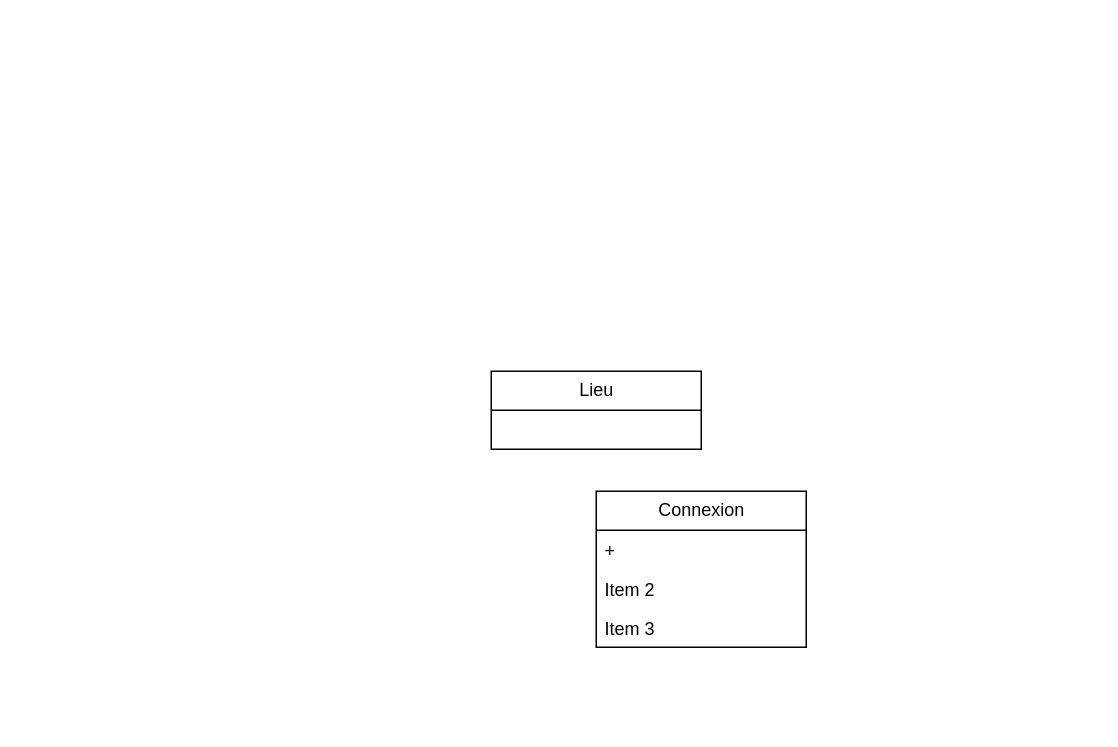
Above: rapport/uml.drawio in Nelioo7/GPS3000 (draw.io), before the change. Source tidied: cells renumbered, new cells numbered last; positions are measured from the earlier drawing's top-left corner, leaving out a move shared by most shapes. Both pictures are drawn from the tidied source at 150%, with x=0, y=0 at pixel (490, 370).
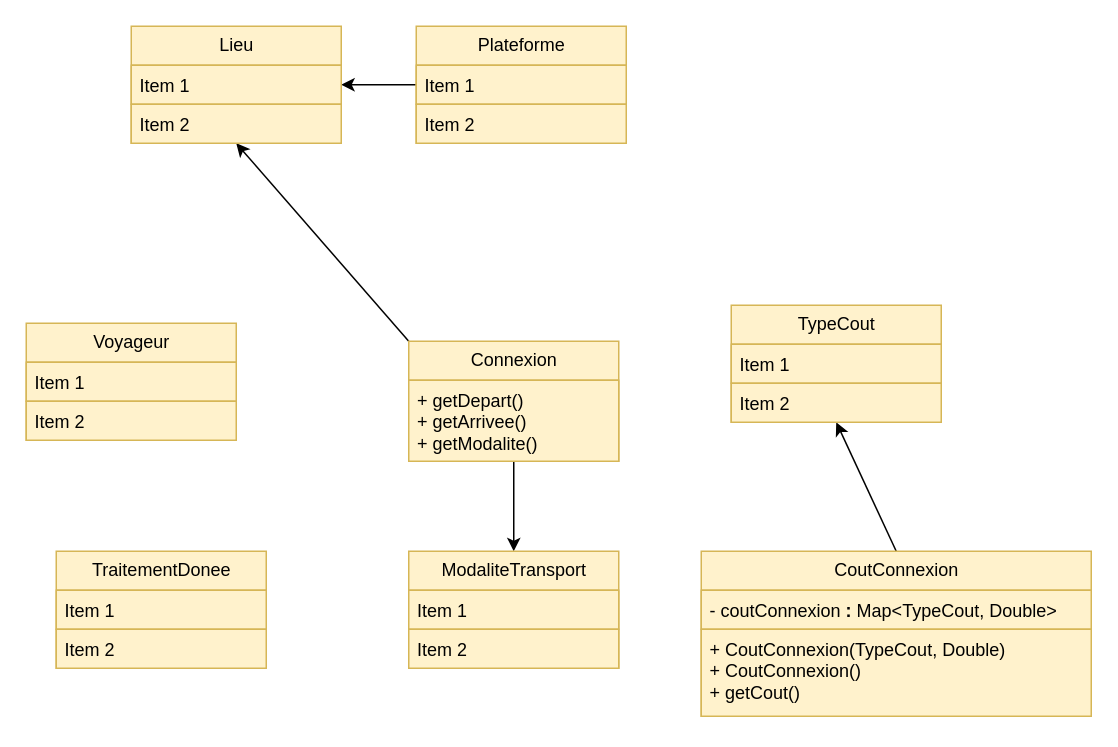
Above is the later version.

Commit message:
uml-modif

Change to the diagram source:
```diff
@@
+    <mxCell id="7" style="edgeStyle=none;html=1;exitX=0;exitY=0;exitDx=0;exitDy=0;entryX=0.5;entryY=1;entryDx=0;entryDy=0;" parent="1" edge="1" source="3" target="2">
+      <mxGeometry relative="1" as="geometry" />
+    </mxCell>
+    <mxCell id="8" style="edgeStyle=none;html=1;exitX=0.5;exitY=1;exitDx=0;exitDy=0;entryX=0.5;entryY=0;entryDx=0;entryDy=0;" parent="1" edge="1" source="3" target="19">
+      <mxGeometry relative="1" as="geometry" />
+    </mxCell>
+    <mxCell id="3" value="Connexion" style="swimlane;fontStyle=0;horizontal=1;startSize=26;fillColor=#fff2cc;html=1;rounded=0;arcSize=7;strokeColor=#d6b656;" parent="1" vertex="1">
+      <mxGeometry x="-55" y="-20" width="140" height="80" as="geometry" />
+    </mxCell>
+    <mxCell id="5" value="&lt;span&gt;&lt;font style=&quot;color: rgb(0, 0, 0);&quot;&gt;+ getDepart()&lt;/font&gt;&lt;/span&gt;&lt;div style=&quot;scrollbar-color: rgb(226, 226, 226) rgb(251, 251, 251); color: rgb(63, 63, 63);&quot;&gt;&lt;font style=&quot;color: rgb(0, 0, 0);&quot;&gt;+ getArrivee()&lt;/font&gt;&lt;/div&gt;&lt;div style=&quot;scrollbar-color: rgb(226, 226, 226) rgb(251, 251, 251); color: rgb(63, 63, 63);&quot;&gt;&lt;font style=&quot;color: rgb(0, 0, 0);&quot;&gt;+ getModalite()&lt;/font&gt;&lt;/div&gt;" style="text;strokeColor=#d6b656;fillColor=#fff2cc;align=left;verticalAlign=top;spacingLeft=4;spacingRight=4;overflow=hidden;whiteSpace=wrap;html=1;rounded=0;arcSize=7;" parent="3" vertex="1">
+      <mxGeometry y="26" width="140" height="54" as="geometry" />
+    </mxCell>
+    <mxCell id="9" style="edgeStyle=none;html=1;exitX=0.5;exitY=0;exitDx=0;exitDy=0;entryX=0.5;entryY=1;entryDx=0;entryDy=0;" parent="1" edge="1" source="10" target="13">
+      <mxGeometry relative="1" as="geometry" />
+    </mxCell>
+    <mxCell id="10" value="CoutConnexion" style="swimlane;fontStyle=0;horizontal=1;startSize=26;fillColor=#fff2cc;html=1;rounded=0;arcSize=7;strokeColor=#d6b656;" parent="1" vertex="1">
+      <mxGeometry x="140" y="120" width="260" height="110" as="geometry" />
+    </mxCell>
+    <mxCell id="11" value="- coutConnexion &lt;b&gt;:&lt;/b&gt;&amp;nbsp;Map&amp;lt;TypeCout, Double&amp;gt;" style="text;strokeColor=#d6b656;fillColor=#fff2cc;align=left;verticalAlign=top;spacingLeft=4;spacingRight=4;overflow=hidden;whiteSpace=wrap;html=1;rounded=0;arcSize=7;" parent="10" vertex="1">
+      <mxGeometry y="26" width="260" height="26" as="geometry" />
+    </mxCell>
+    <mxCell id="12" value="+ CoutConnexion(TypeCout, Double)&lt;div&gt;+ CoutConnexion()&lt;/div&gt;&lt;div&gt;+ getCout()&lt;/div&gt;" style="text;strokeColor=#d6b656;fillColor=#fff2cc;align=left;verticalAlign=top;spacingLeft=4;spacingRight=4;overflow=hidden;whiteSpace=wrap;html=1;rounded=0;arcSize=7;" parent="10" vertex="1">
+      <mxGeometry y="52" width="260" height="58" as="geometry" />
+    </mxCell>
+    <mxCell id="13" value="TypeCout" style="swimlane;fontStyle=0;horizontal=1;startSize=26;fillColor=#fff2cc;html=1;rounded=0;arcSize=7;strokeColor=#d6b656;" parent="1" vertex="1">
+      <mxGeometry x="160" y="-44" width="140" height="78" as="geometry" />
+    </mxCell>
+    <mxCell id="14" value="Item 1" style="text;strokeColor=#d6b656;fillColor=#fff2cc;align=left;verticalAlign=top;spacingLeft=4;spacingRight=4;overflow=hidden;whiteSpace=wrap;html=1;rounded=0;arcSize=7;" parent="13" vertex="1">
+      <mxGeometry y="26" width="140" height="26" as="geometry" />
+    </mxCell>
+    <mxCell id="15" value="Item 2" style="text;strokeColor=#d6b656;fillColor=#fff2cc;align=left;verticalAlign=top;spacingLeft=4;spacingRight=4;overflow=hidden;whiteSpace=wrap;html=1;rounded=0;arcSize=7;" parent="13" vertex="1">
+      <mxGeometry y="52" width="140" height="26" as="geometry" />
+    </mxCell>
+    <mxCell id="16" value="TraitementDonee" style="swimlane;fontStyle=0;horizontal=1;startSize=26;fillColor=#fff2cc;html=1;rounded=0;arcSize=7;strokeColor=#d6b656;" parent="1" vertex="1">
+      <mxGeometry x="-290" y="120" width="140" height="78" as="geometry" />
+    </mxCell>
+    <mxCell id="17" value="Item 1" style="text;strokeColor=#d6b656;fillColor=#fff2cc;align=left;verticalAlign=top;spacingLeft=4;spacingRight=4;overflow=hidden;whiteSpace=wrap;html=1;rounded=0;arcSize=7;" parent="16" vertex="1">
+      <mxGeometry y="26" width="140" height="26" as="geometry" />
+    </mxCell>
+    <mxCell id="18" value="Item 2" style="text;strokeColor=#d6b656;fillColor=#fff2cc;align=left;verticalAlign=top;spacingLeft=4;spacingRight=4;overflow=hidden;whiteSpace=wrap;html=1;rounded=0;arcSize=7;" parent="16" vertex="1">
+      <mxGeometry y="52" width="140" height="26" as="geometry" />
+    </mxCell>
+    <mxCell id="19" value="ModaliteTransport" style="swimlane;fontStyle=0;horizontal=1;startSize=26;fillColor=#fff2cc;html=1;rounded=0;arcSize=7;strokeColor=#d6b656;" parent="1" vertex="1">
+      <mxGeometry x="-55" y="120" width="140" height="78" as="geometry" />
+    </mxCell>
+    <mxCell id="20" value="Item 1" style="text;strokeColor=#d6b656;fillColor=#fff2cc;align=left;verticalAlign=top;spacingLeft=4;spacingRight=4;overflow=hidden;whiteSpace=wrap;html=1;rounded=0;arcSize=7;" parent="19" vertex="1">
+      <mxGeometry y="26" width="140" height="26" as="geometry" />
+    </mxCell>
+    <mxCell id="21" value="Item 2" style="text;strokeColor=#d6b656;fillColor=#fff2cc;align=left;verticalAlign=top;spacingLeft=4;spacingRight=4;overflow=hidden;whiteSpace=wrap;html=1;rounded=0;arcSize=7;" parent="19" vertex="1">
+      <mxGeometry y="52" width="140" height="26" as="geometry" />
+    </mxCell>
+    <mxCell id="22" value="Voyageur" style="swimlane;fontStyle=0;horizontal=1;startSize=26;fillColor=#fff2cc;html=1;rounded=0;arcSize=7;strokeColor=#d6b656;" parent="1" vertex="1">
+      <mxGeometry x="-310" y="-32" width="140" height="78" as="geometry" />
+    </mxCell>
+    <mxCell id="23" value="Item 1" style="text;strokeColor=#d6b656;fillColor=#fff2cc;align=left;verticalAlign=top;spacingLeft=4;spacingRight=4;overflow=hidden;whiteSpace=wrap;html=1;rounded=0;arcSize=7;" parent="22" vertex="1">
+      <mxGeometry y="26" width="140" height="26" as="geometry" />
+    </mxCell>
+    <mxCell id="24" value="Item 2" style="text;strokeColor=#d6b656;fillColor=#fff2cc;align=left;verticalAlign=top;spacingLeft=4;spacingRight=4;overflow=hidden;whiteSpace=wrap;html=1;rounded=0;arcSize=7;" parent="22" vertex="1">
+      <mxGeometry y="52" width="140" height="26" as="geometry" />
+    </mxCell>
+    <mxCell id="25" style="edgeStyle=none;html=1;exitX=0;exitY=0.5;exitDx=0;exitDy=0;entryX=1;entryY=0.5;entryDx=0;entryDy=0;" parent="1" edge="1" source="26" target="2">
+      <mxGeometry relative="1" as="geometry" />
+    </mxCell>
+    <mxCell id="26" value="Plateforme" style="swimlane;fontStyle=0;horizontal=1;startSize=26;fillColor=#fff2cc;html=1;rounded=0;arcSize=7;strokeColor=#d6b656;" parent="1" vertex="1">
+      <mxGeometry x="-50" y="-230" width="140" height="78" as="geometry" />
+    </mxCell>
+    <mxCell id="27" value="Item 1" style="text;strokeColor=#d6b656;fillColor=#fff2cc;align=left;verticalAlign=top;spacingLeft=4;spacingRight=4;overflow=hidden;whiteSpace=wrap;html=1;rounded=0;arcSize=7;" parent="26" vertex="1">
+      <mxGeometry y="26" width="140" height="26" as="geometry" />
+    </mxCell>
+    <mxCell id="28" value="Item 2" style="text;strokeColor=#d6b656;fillColor=#fff2cc;align=left;verticalAlign=top;spacingLeft=4;spacingRight=4;overflow=hidden;whiteSpace=wrap;html=1;rounded=0;arcSize=7;" parent="26" vertex="1">
+      <mxGeometry y="52" width="140" height="26" as="geometry" />
+    </mxCell>
-    <mxCell id="2" value="Lieu" style="swimlane;fontStyle=0;horizontal=1;startSize=26;fillColor=none;html=1;" parent="1" vertex="1">
-      <mxGeometry width="140" height="52" as="geometry" />
+    <mxCell id="2" value="Lieu" style="swimlane;fontStyle=0;horizontal=1;startSize=26;fillColor=#fff2cc;html=1;rounded=0;arcSize=7;strokeColor=#d6b656;" parent="1" vertex="1">
+      <mxGeometry x="-240" y="-230" width="140" height="78" as="geometry" />
     </mxCell>
-    <mxCell id="3" value="Connexion" style="swimlane;fontStyle=0;horizontal=1;startSize=26;fillColor=none;html=1;" parent="1" vertex="1">
-      <mxGeometry x="70" y="80" width="140" height="104" as="geometry" />
-    </mxCell>
-    <mxCell id="4" value="+&amp;nbsp;" style="text;strokeColor=none;fillColor=none;align=left;verticalAlign=top;spacingLeft=4;spacingRight=4;overflow=hidden;whiteSpace=wrap;html=1;" parent="3" vertex="1">
-      <mxGeometry y="26" width="140" height="26" as="geometry" />
-    </mxCell>
-    <mxCell id="5" value="Item 2" style="text;strokeColor=none;fillColor=none;align=left;verticalAlign=top;spacingLeft=4;spacingRight=4;overflow=hidden;whiteSpace=wrap;html=1;" parent="3" vertex="1">
-      <mxGeometry y="52" width="140" height="26" as="geometry" />
-    </mxCell>
-    <mxCell id="6" value="Item 3" style="text;strokeColor=none;fillColor=none;align=left;verticalAlign=top;spacingLeft=4;spacingRight=4;overflow=hidden;whiteSpace=wrap;html=1;" parent="3" vertex="1">
-      <mxGeometry y="78" width="140" height="26" as="geometry" />
-    </mxCell>
+    <mxCell id="29" value="Item 1" style="text;strokeColor=#d6b656;fillColor=#fff2cc;align=left;verticalAlign=top;spacingLeft=4;spacingRight=4;overflow=hidden;whiteSpace=wrap;html=1;" parent="2" vertex="1">
+      <mxGeometry y="26" width="140" height="26" as="geometry" />
+    </mxCell>
+    <mxCell id="30" value="Item 2" style="text;strokeColor=#d6b656;fillColor=#fff2cc;align=left;verticalAlign=top;spacingLeft=4;spacingRight=4;overflow=hidden;whiteSpace=wrap;html=1;" parent="2" vertex="1">
+      <mxGeometry y="52" width="140" height="26" as="geometry" />
+    </mxCell>
```
